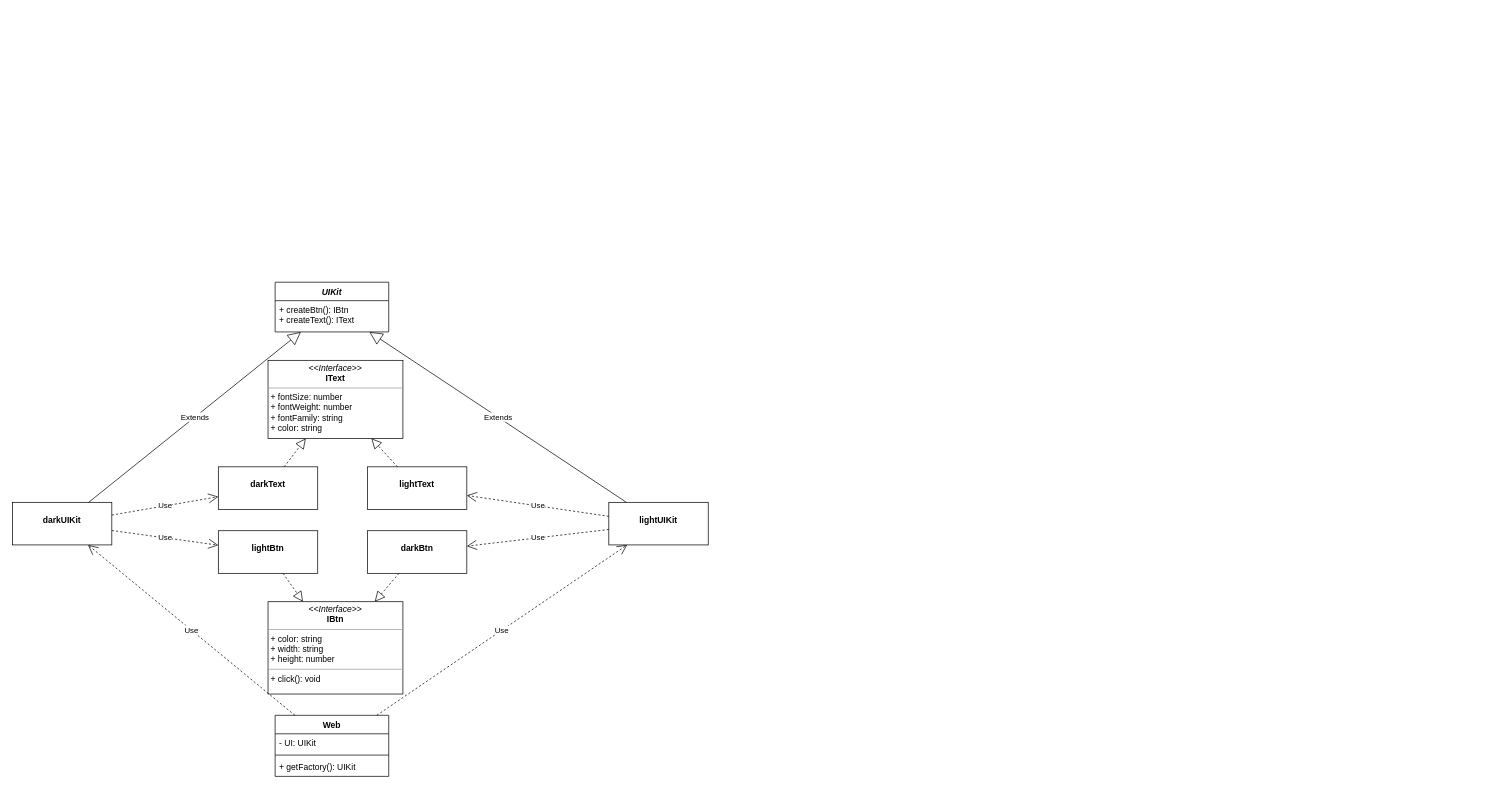
This is Creational/AbstractFactory/AbstractFactory.drawio from Predatar/Patterns, a draw.io file, before an edit. Source tidied: cells renumbered, new cells numbered last; positions are measured from the earlier drawing's top-left corner, leaving out a move shared by most shapes. Both pictures are drawn from the tidied source at 71%, with x=0, y=0 at pixel (12, 282).
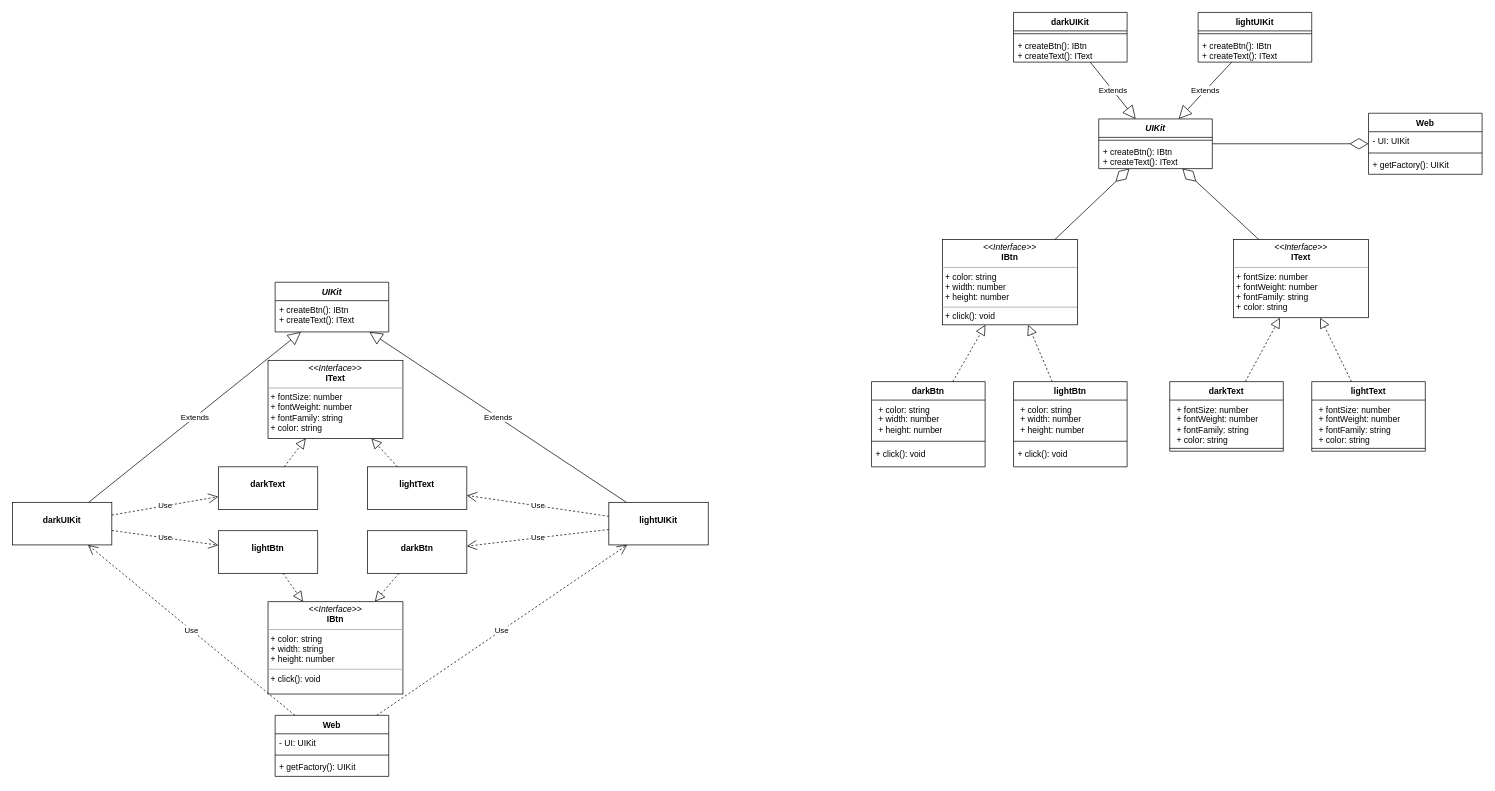
Above is the later version.

Diff of the diagram source:
```diff
@@
+    <mxCell id="28" value="&lt;p style=&quot;margin:0px;margin-top:4px;text-align:center;&quot;&gt;&lt;i&gt;&amp;lt;&amp;lt;Interface&amp;gt;&amp;gt;&lt;/i&gt;&lt;br&gt;&lt;b&gt;IBtn&lt;/b&gt;&lt;/p&gt;&lt;hr size=&quot;1&quot;&gt;&lt;p style=&quot;margin:0px;margin-left:4px;&quot;&gt;+ color: string&lt;br&gt;+ width: number&lt;/p&gt;&lt;p style=&quot;margin:0px;margin-left:4px;&quot;&gt;+ height: number&lt;/p&gt;&lt;hr size=&quot;1&quot;&gt;&lt;p style=&quot;margin:0px;margin-left:4px;&quot;&gt;+ click(): void&lt;br&gt;&lt;/p&gt;" style="verticalAlign=top;align=left;overflow=fill;fontSize=12;fontFamily=Helvetica;html=1;whiteSpace=wrap;" parent="1" vertex="1">
+      <mxGeometry x="1310" y="-60" width="190" height="120" as="geometry" />
+    </mxCell>
+    <mxCell id="29" value="&lt;p style=&quot;margin:0px;margin-top:4px;text-align:center;&quot;&gt;&lt;i&gt;&amp;lt;&amp;lt;Interface&amp;gt;&amp;gt;&lt;/i&gt;&lt;br&gt;&lt;b&gt;IText&lt;/b&gt;&lt;/p&gt;&lt;hr size=&quot;1&quot;&gt;&lt;p style=&quot;margin:0px;margin-left:4px;&quot;&gt;+ fontSize: number&lt;br&gt;+ fontWeight: number&lt;/p&gt;&lt;p style=&quot;margin:0px;margin-left:4px;&quot;&gt;+ fontFamily: string&lt;/p&gt;&lt;p style=&quot;margin:0px;margin-left:4px;&quot;&gt;+ color: string&lt;/p&gt;&lt;p style=&quot;margin:0px;margin-left:4px;&quot;&gt;&lt;br&gt;&lt;/p&gt;" style="verticalAlign=top;align=left;overflow=fill;fontSize=12;fontFamily=Helvetica;html=1;whiteSpace=wrap;" parent="1" vertex="1">
+      <mxGeometry x="1720" y="-60" width="190" height="110" as="geometry" />
+    </mxCell>
+    <mxCell id="30" value="darkBtn" style="swimlane;fontStyle=1;align=center;verticalAlign=top;horizontal=1;startSize=26;whiteSpace=wrap;html=1;" parent="1" vertex="1">
+      <mxGeometry x="1210" y="140" width="160" height="120" as="geometry" />
+    </mxCell>
+    <mxCell id="31" value="&lt;p style=&quot;border-color: var(--border-color); margin: 0px 0px 0px 4px;&quot;&gt;+ color: string&lt;br style=&quot;border-color: var(--border-color);&quot;&gt;+ width: number&lt;/p&gt;&lt;p style=&quot;border-color: var(--border-color); margin: 0px 0px 0px 4px;&quot;&gt;+ height: number&lt;/p&gt;" style="text;strokeColor=none;fillColor=none;align=left;verticalAlign=top;spacingLeft=4;spacingRight=4;overflow=hidden;whiteSpace=wrap;html=1;" parent="30" vertex="1">
+      <mxGeometry y="26" width="160" height="54" as="geometry" />
+    </mxCell>
+    <mxCell id="32" style="line;strokeWidth=1;fillColor=none;align=left;verticalAlign=middle;spacingTop=-1;spacingLeft=3;spacingRight=3;labelPosition=right;strokeColor=inherit;" parent="30" vertex="1">
+      <mxGeometry y="80" width="160" height="8" as="geometry" />
+    </mxCell>
+    <mxCell id="33" value="+ click(): void" style="text;strokeColor=none;fillColor=none;align=left;verticalAlign=top;spacingLeft=4;spacingRight=4;overflow=hidden;whiteSpace=wrap;html=1;" parent="30" vertex="1">
+      <mxGeometry y="88" width="160" height="32" as="geometry" />
+    </mxCell>
+    <mxCell id="34" style="endArrow=block;dashed=1;endFill=0;endSize=12;html=1;rounded=0;" parent="1" edge="1" source="30" target="28">
+      <mxGeometry relative="1" as="geometry" />
+    </mxCell>
+    <mxCell id="35" value="lightBtn" style="swimlane;fontStyle=1;align=center;verticalAlign=top;horizontal=1;startSize=26;whiteSpace=wrap;html=1;" parent="1" vertex="1">
+      <mxGeometry x="1410" y="140" width="160" height="120" as="geometry" />
+    </mxCell>
+    <mxCell id="36" value="&lt;p style=&quot;border-color: var(--border-color); margin: 0px 0px 0px 4px;&quot;&gt;+ color: string&lt;br style=&quot;border-color: var(--border-color);&quot;&gt;+ width: number&lt;/p&gt;&lt;p style=&quot;border-color: var(--border-color); margin: 0px 0px 0px 4px;&quot;&gt;+ height: number&lt;/p&gt;" style="text;strokeColor=none;fillColor=none;align=left;verticalAlign=top;spacingLeft=4;spacingRight=4;overflow=hidden;whiteSpace=wrap;html=1;" parent="35" vertex="1">
+      <mxGeometry y="26" width="160" height="54" as="geometry" />
+    </mxCell>
+    <mxCell id="37" style="line;strokeWidth=1;fillColor=none;align=left;verticalAlign=middle;spacingTop=-1;spacingLeft=3;spacingRight=3;labelPosition=right;strokeColor=inherit;" parent="35" vertex="1">
+      <mxGeometry y="80" width="160" height="8" as="geometry" />
+    </mxCell>
+    <mxCell id="38" value="+ click(): void" style="text;strokeColor=none;fillColor=none;align=left;verticalAlign=top;spacingLeft=4;spacingRight=4;overflow=hidden;whiteSpace=wrap;html=1;" parent="35" vertex="1">
+      <mxGeometry y="88" width="160" height="32" as="geometry" />
+    </mxCell>
+    <mxCell id="39" style="endArrow=block;dashed=1;endFill=0;endSize=12;html=1;rounded=0;" parent="1" edge="1" source="35" target="28">
+      <mxGeometry relative="1" as="geometry" />
+    </mxCell>
+    <mxCell id="40" value="darkText" style="swimlane;fontStyle=1;align=center;verticalAlign=top;horizontal=1;startSize=26;whiteSpace=wrap;html=1;" parent="1" vertex="1">
+      <mxGeometry x="1630" y="140" width="160" height="98" as="geometry" />
+    </mxCell>
+    <mxCell id="41" value="&lt;p style=&quot;border-color: var(--border-color); margin: 0px 0px 0px 4px;&quot;&gt;+ fontSize: number&lt;br style=&quot;border-color: var(--border-color);&quot;&gt;+ fontWeight: number&lt;/p&gt;&lt;p style=&quot;border-color: var(--border-color); margin: 0px 0px 0px 4px;&quot;&gt;+ fontFamily: string&lt;/p&gt;&lt;p style=&quot;border-color: var(--border-color); margin: 0px 0px 0px 4px;&quot;&gt;+ color: string&lt;/p&gt;" style="text;strokeColor=none;fillColor=none;align=left;verticalAlign=top;spacingLeft=4;spacingRight=4;overflow=hidden;whiteSpace=wrap;html=1;" parent="40" vertex="1">
+      <mxGeometry y="26" width="160" height="64" as="geometry" />
+    </mxCell>
+    <mxCell id="42" style="line;strokeWidth=1;fillColor=none;align=left;verticalAlign=middle;spacingTop=-1;spacingLeft=3;spacingRight=3;labelPosition=right;strokeColor=inherit;" parent="40" vertex="1">
+      <mxGeometry y="90" width="160" height="8" as="geometry" />
+    </mxCell>
+    <mxCell id="43" value="lightText" style="swimlane;fontStyle=1;align=center;verticalAlign=top;horizontal=1;startSize=26;whiteSpace=wrap;html=1;" parent="1" vertex="1">
+      <mxGeometry x="1830" y="140" width="160" height="98" as="geometry" />
+    </mxCell>
+    <mxCell id="44" value="&lt;p style=&quot;border-color: var(--border-color); margin: 0px 0px 0px 4px;&quot;&gt;+ fontSize: number&lt;br style=&quot;border-color: var(--border-color);&quot;&gt;+ fontWeight: number&lt;/p&gt;&lt;p style=&quot;border-color: var(--border-color); margin: 0px 0px 0px 4px;&quot;&gt;+ fontFamily: string&lt;/p&gt;&lt;p style=&quot;border-color: var(--border-color); margin: 0px 0px 0px 4px;&quot;&gt;+ color: string&lt;/p&gt;" style="text;strokeColor=none;fillColor=none;align=left;verticalAlign=top;spacingLeft=4;spacingRight=4;overflow=hidden;whiteSpace=wrap;html=1;" parent="43" vertex="1">
+      <mxGeometry y="26" width="160" height="64" as="geometry" />
+    </mxCell>
+    <mxCell id="45" style="line;strokeWidth=1;fillColor=none;align=left;verticalAlign=middle;spacingTop=-1;spacingLeft=3;spacingRight=3;labelPosition=right;strokeColor=inherit;" parent="43" vertex="1">
+      <mxGeometry y="90" width="160" height="8" as="geometry" />
+    </mxCell>
+    <mxCell id="46" style="endArrow=block;dashed=1;endFill=0;endSize=12;html=1;rounded=0;" parent="1" edge="1" source="40" target="29">
+      <mxGeometry relative="1" as="geometry" />
+    </mxCell>
+    <mxCell id="47" style="endArrow=block;dashed=1;endFill=0;endSize=12;html=1;rounded=0;" parent="1" edge="1" source="43" target="29">
+      <mxGeometry relative="1" as="geometry" />
+    </mxCell>
+    <mxCell id="48" value="&lt;i&gt;UIKit&lt;/i&gt;" style="swimlane;fontStyle=1;align=center;verticalAlign=top;horizontal=1;startSize=26;whiteSpace=wrap;html=1;" parent="1" vertex="1">
+      <mxGeometry x="1530" y="-230" width="160" height="70" as="geometry" />
+    </mxCell>
+    <mxCell id="49" style="line;strokeWidth=1;fillColor=none;align=left;verticalAlign=middle;spacingTop=-1;spacingLeft=3;spacingRight=3;labelPosition=right;strokeColor=inherit;" parent="48" vertex="1">
+      <mxGeometry y="26" width="160" height="8" as="geometry" />
+    </mxCell>
+    <mxCell id="50" value="+ createBtn(): IBtn&lt;br&gt;+ createText(): IText" style="text;strokeColor=none;fillColor=none;align=left;verticalAlign=top;spacingLeft=4;spacingRight=4;overflow=hidden;whiteSpace=wrap;html=1;" parent="48" vertex="1">
+      <mxGeometry y="34" width="160" height="36" as="geometry" />
+    </mxCell>
+    <mxCell id="51" value="darkUIKit" style="swimlane;fontStyle=1;align=center;verticalAlign=top;horizontal=1;startSize=26;whiteSpace=wrap;html=1;" parent="1" vertex="1">
+      <mxGeometry x="1410" y="-380" width="160" height="70" as="geometry" />
+    </mxCell>
+    <mxCell id="52" style="line;strokeWidth=1;fillColor=none;align=left;verticalAlign=middle;spacingTop=-1;spacingLeft=3;spacingRight=3;labelPosition=right;strokeColor=inherit;" parent="51" vertex="1">
+      <mxGeometry y="26" width="160" height="8" as="geometry" />
+    </mxCell>
+    <mxCell id="53" value="+ createBtn(): IBtn&lt;br style=&quot;border-color: var(--border-color);&quot;&gt;+ createText(): IText" style="text;strokeColor=none;fillColor=none;align=left;verticalAlign=top;spacingLeft=4;spacingRight=4;overflow=hidden;whiteSpace=wrap;html=1;" parent="51" vertex="1">
+      <mxGeometry y="34" width="160" height="36" as="geometry" />
+    </mxCell>
+    <mxCell id="54" value="lightUIKit" style="swimlane;fontStyle=1;align=center;verticalAlign=top;horizontal=1;startSize=26;whiteSpace=wrap;html=1;" parent="1" vertex="1">
+      <mxGeometry x="1670" y="-380" width="160" height="70" as="geometry" />
+    </mxCell>
+    <mxCell id="55" style="line;strokeWidth=1;fillColor=none;align=left;verticalAlign=middle;spacingTop=-1;spacingLeft=3;spacingRight=3;labelPosition=right;strokeColor=inherit;" parent="54" vertex="1">
+      <mxGeometry y="26" width="160" height="8" as="geometry" />
+    </mxCell>
+    <mxCell id="56" value="+ createBtn(): IBtn&lt;br style=&quot;border-color: var(--border-color);&quot;&gt;+ createText(): IText" style="text;strokeColor=none;fillColor=none;align=left;verticalAlign=top;spacingLeft=4;spacingRight=4;overflow=hidden;whiteSpace=wrap;html=1;" parent="54" vertex="1">
+      <mxGeometry y="34" width="160" height="36" as="geometry" />
+    </mxCell>
+    <mxCell id="57" value="Extends" style="endArrow=block;endSize=16;endFill=0;html=1;rounded=0;" parent="1" edge="1" source="51" target="48">
+      <mxGeometry relative="1" as="geometry" />
+    </mxCell>
+    <mxCell id="58" value="Extends" style="endArrow=block;endSize=16;endFill=0;html=1;rounded=0;" parent="1" edge="1" source="54" target="48">
+      <mxGeometry relative="1" as="geometry" />
+    </mxCell>
+    <mxCell id="59" value="Web" style="swimlane;fontStyle=1;align=center;verticalAlign=top;horizontal=1;startSize=26;whiteSpace=wrap;html=1;" parent="1" vertex="1">
+      <mxGeometry x="1910" y="-238" width="160" height="86" as="geometry" />
+    </mxCell>
+    <mxCell id="60" value="- UI: UIKit" style="text;strokeColor=none;fillColor=none;align=left;verticalAlign=top;spacingLeft=4;spacingRight=4;overflow=hidden;whiteSpace=wrap;html=1;" parent="59" vertex="1">
+      <mxGeometry y="26" width="160" height="26" as="geometry" />
+    </mxCell>
+    <mxCell id="61" style="line;strokeWidth=1;fillColor=none;align=left;verticalAlign=middle;spacingTop=-1;spacingLeft=3;spacingRight=3;labelPosition=right;strokeColor=inherit;" parent="59" vertex="1">
+      <mxGeometry y="52" width="160" height="8" as="geometry" />
+    </mxCell>
+    <mxCell id="62" value="+ getFactory(): UIKit" style="text;strokeColor=none;fillColor=none;align=left;verticalAlign=top;spacingLeft=4;spacingRight=4;overflow=hidden;whiteSpace=wrap;html=1;" parent="59" vertex="1">
+      <mxGeometry y="60" width="160" height="26" as="geometry" />
+    </mxCell>
+    <mxCell id="63" style="endArrow=diamondThin;endFill=0;endSize=24;html=1;rounded=0;" parent="1" edge="1" source="48" target="59">
+      <mxGeometry relative="1" as="geometry" />
+    </mxCell>
+    <mxCell id="64" style="endArrow=diamondThin;endFill=0;endSize=24;html=1;rounded=0;" parent="1" edge="1" source="28" target="48">
+      <mxGeometry relative="1" as="geometry" />
+    </mxCell>
+    <mxCell id="65" style="endArrow=diamondThin;endFill=0;endSize=24;html=1;rounded=0;" parent="1" edge="1" source="29" target="48">
+      <mxGeometry relative="1" as="geometry" />
+    </mxCell>
```
